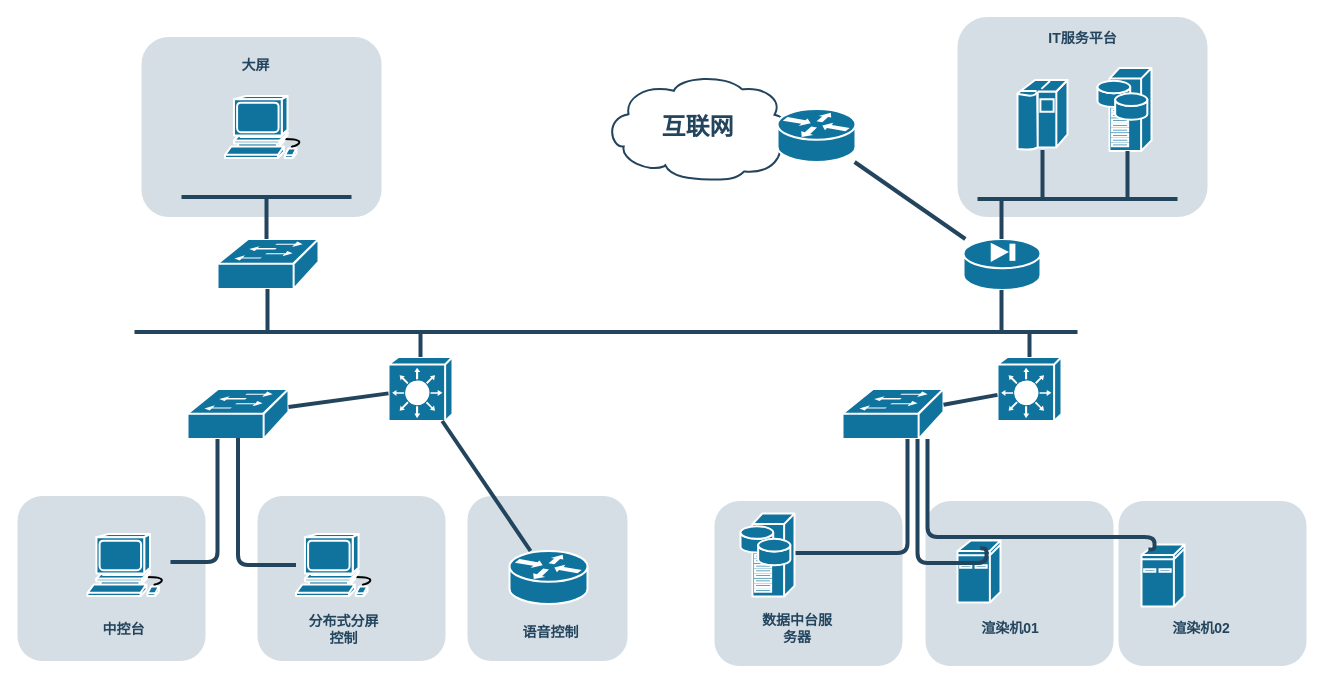
This is lingang hardware.drawio from DeanTuYu/DrawIo, a draw.io file, before an edit. Source tidied: cells renumbered, new cells numbered last; positions are measured from the earlier drawing's top-left corner, leaving out a move shared by most shapes. Both pictures are drawn from the tidied source at 100%, with x=0, y=0 at pixel (17, 17).
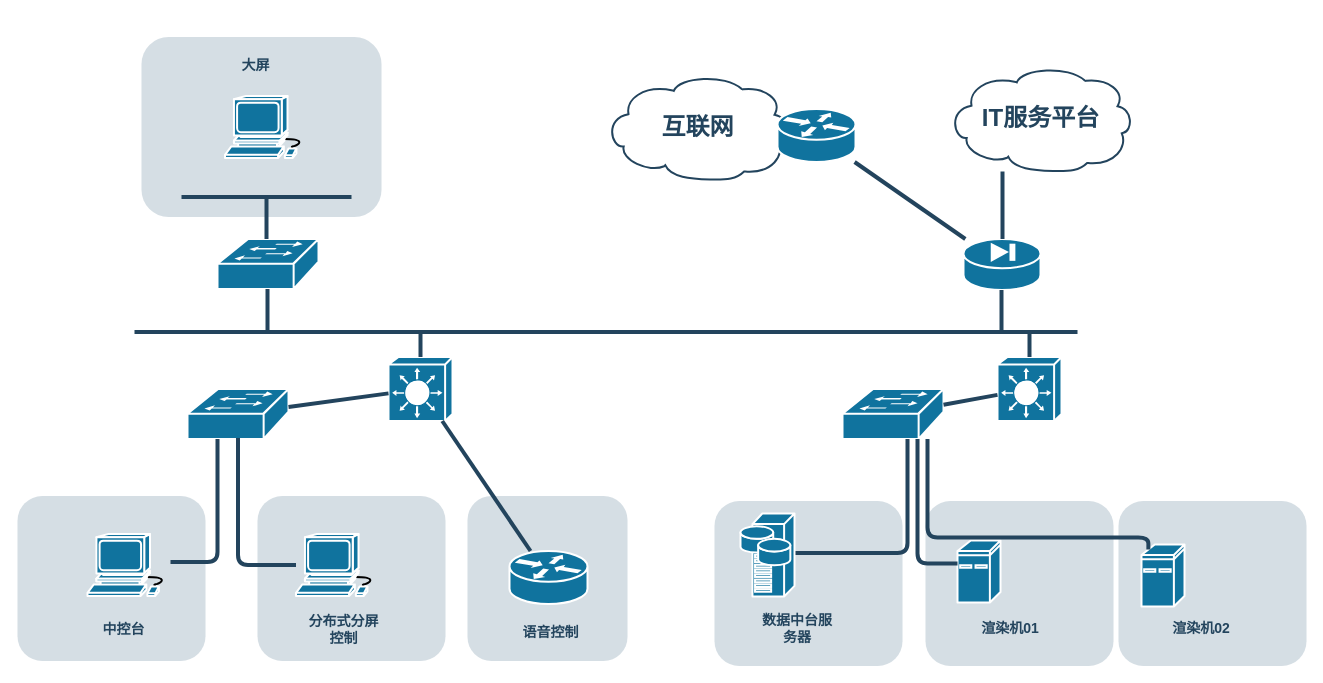
Above is the later version.

Unchanged cells that the change refers to:
```xml
<mxCell id="13" style="shape=mxgraph.cisco.security.pix_firewall;html=1;dashed=0;fillColor=#10739E;strokeColor=#ffffff;strokeWidth=2;verticalLabelPosition=bottom;verticalAlign=top;fontFamily=Helvetica;fontSize=36;fontColor=#FFB366;" parent="1" vertex="1">
  <mxGeometry x="946" y="221.5" width="77" height="51" as="geometry" />
</mxCell>
<mxCell id="18" style="shape=mxgraph.cisco.switches.workgroup_switch;html=1;dashed=0;fillColor=#10739E;strokeColor=#ffffff;strokeWidth=2;verticalLabelPosition=bottom;verticalAlign=top;fontFamily=Helvetica;fontSize=36;fontColor=#FFB366;" parent="1" vertex="1">
  <mxGeometry x="825" y="371.5" width="101" height="50" as="geometry" />
</mxCell>
<mxCell id="52" style="shape=mxgraph.cisco.computers_and_peripherals.ibm_mini_as400;html=1;dashed=0;fillColor=#10739E;strokeColor=#ffffff;strokeWidth=2;verticalLabelPosition=bottom;verticalAlign=top;fontFamily=Helvetica;fontSize=36;fontColor=#FFB366;" parent="1" vertex="1">
  <mxGeometry x="940" y="523" width="43" height="62" as="geometry" />
</mxCell>
<mxCell id="53" style="shape=mxgraph.cisco.computers_and_peripherals.ibm_mini_as400;html=1;dashed=0;fillColor=#10739E;strokeColor=#ffffff;strokeWidth=2;verticalLabelPosition=bottom;verticalAlign=top;fontFamily=Helvetica;fontSize=36;fontColor=#FFB366;" parent="1" vertex="1">
  <mxGeometry x="1124" y="527" width="43" height="62" as="geometry" />
</mxCell>
```

Diff of the diagram source:
```diff
@@
-    <mxCell id="7" style="rounded=1;whiteSpace=wrap;html=1;strokeColor=none;fillColor=#BAC8D3;fontSize=24;fontColor=#23445D;align=center;opacity=60;" parent="1" vertex="1">
-      <mxGeometry x="940" y="-0.5" width="250" height="200" as="geometry" />
-    </mxCell>
@@
-    <mxCell id="10" style="shape=mxgraph.cisco.computers_and_peripherals.ibm_mainframe;html=1;dashed=0;fillColor=#10739E;strokeColor=#ffffff;strokeWidth=2;verticalLabelPosition=bottom;verticalAlign=top;fontFamily=Helvetica;fontSize=36;fontColor=#FFB366;" parent="1" vertex="1">
-      <mxGeometry x="1000" y="62.5" width="50" height="70" as="geometry" />
-    </mxCell>
-    <mxCell id="11" style="shape=mxgraph.cisco.servers.storage_server;html=1;dashed=0;fillColor=#10739E;strokeColor=#ffffff;strokeWidth=2;verticalLabelPosition=bottom;verticalAlign=top;fontFamily=Helvetica;fontSize=36;fontColor=#FFB366;" parent="1" vertex="1">
-      <mxGeometry x="1080" y="50.5" width="54" height="83" as="geometry" />
-    </mxCell>
@@
-    <mxCell id="22" style="line;html=1;strokeColor=#23445D;" parent="1" vertex="1">
-      <mxGeometry x="960" y="176.5" width="200" height="10" as="geometry" />
-    </mxCell>
@@
-    <mxCell id="26" style="edgeStyle=elbowEdgeStyle;elbow=horizontal;endArrow=none;html=1;strokeColor=#23445D;endFill=0;strokeWidth=4;rounded=1;" parent="1" edge="1" source="10">
-      <mxGeometry relative="1" as="geometry">
-        <mxPoint x="1025.3" y="181.6" as="targetPoint" />
-      </mxGeometry>
-    </mxCell>
-    <mxCell id="27" style="edgeStyle=elbowEdgeStyle;elbow=horizontal;endArrow=none;html=1;strokeColor=#23445D;endFill=0;strokeWidth=4;rounded=1;" parent="1" edge="1" source="11">
-      <mxGeometry relative="1" as="geometry">
-        <mxPoint x="1110.3" y="181.6" as="targetPoint" />
-      </mxGeometry>
-    </mxCell>
-    <mxCell id="28" style="edgeStyle=elbowEdgeStyle;elbow=horizontal;endArrow=none;html=1;strokeColor=#23445D;endFill=0;strokeWidth=4;rounded=1;" parent="1" edge="1" target="13">
-      <mxGeometry relative="1" as="geometry">
-        <mxPoint x="984" y="181.5" as="sourcePoint" />
-      </mxGeometry>
+    <mxCell id="28" style="edgeStyle=elbowEdgeStyle;elbow=horizontal;endArrow=none;html=1;strokeColor=#23445D;endFill=0;strokeWidth=4;rounded=1;" parent="1" edge="1" source="40" target="13">
+      <mxGeometry relative="1" as="geometry" />
     </mxCell>
@@
-    <mxCell id="40" value="&lt;font color=&quot;#23445d&quot;&gt;IT服务平台&lt;/font&gt;" style="rounded=1;whiteSpace=wrap;html=1;strokeColor=none;fillColor=none;fontSize=14;fontColor=#742B21;align=center;fontStyle=1;" parent="1" vertex="1">
-      <mxGeometry x="994" y="11.5" width="143" height="19" as="geometry" />
-    </mxCell>
@@
-    <mxCell id="54" style="edgeStyle=orthogonalEdgeStyle;rounded=1;html=1;strokeColor=#23445D;endArrow=none;endFill=0;strokeWidth=4;entryX=0.53;entryY=0.127;entryDx=0;entryDy=0;entryPerimeter=0;" parent="1" edge="1" source="18" target="52">
+    <mxCell id="54" style="edgeStyle=orthogonalEdgeStyle;rounded=1;html=1;strokeColor=#23445D;endArrow=none;endFill=0;strokeWidth=4;" parent="1" edge="1" source="18" target="52">
       <mxGeometry relative="1" as="geometry">
         <Array as="points">
-          <mxPoint x="900" y="545.5" />
-          <mxPoint x="969" y="545.5" />
+          <mxPoint x="900" y="546" />
         </Array>
       </mxGeometry>
     </mxCell>
     <mxCell id="55" style="edgeStyle=orthogonalEdgeStyle;rounded=1;html=1;strokeColor=#23445D;endArrow=none;endFill=0;strokeWidth=4;entryX=0.16;entryY=0.08;entryDx=0;entryDy=0;entryPerimeter=0;" parent="1" edge="1" source="18" target="53">
       <mxGeometry relative="1" as="geometry">
         <Array as="points">
-          <mxPoint x="910" y="519.5" />
-          <mxPoint x="1137" y="519.5" />
+          <mxPoint x="910" y="520" />
+          <mxPoint x="1131" y="520" />
         </Array>
       </mxGeometry>
     </mxCell>
+    <mxCell id="40" value="IT服务平台" style="shape=mxgraph.cisco.storage.cloud;html=1;dashed=0;strokeColor=#23445D;fillColor=#ffffff;strokeWidth=2;fontFamily=Helvetica;fontSize=24;fontColor=#23445D;align=center;fontStyle=1;" parent="1" vertex="1">
+      <mxGeometry x="930" y="48" width="186" height="106" as="geometry" />
+    </mxCell>
```
